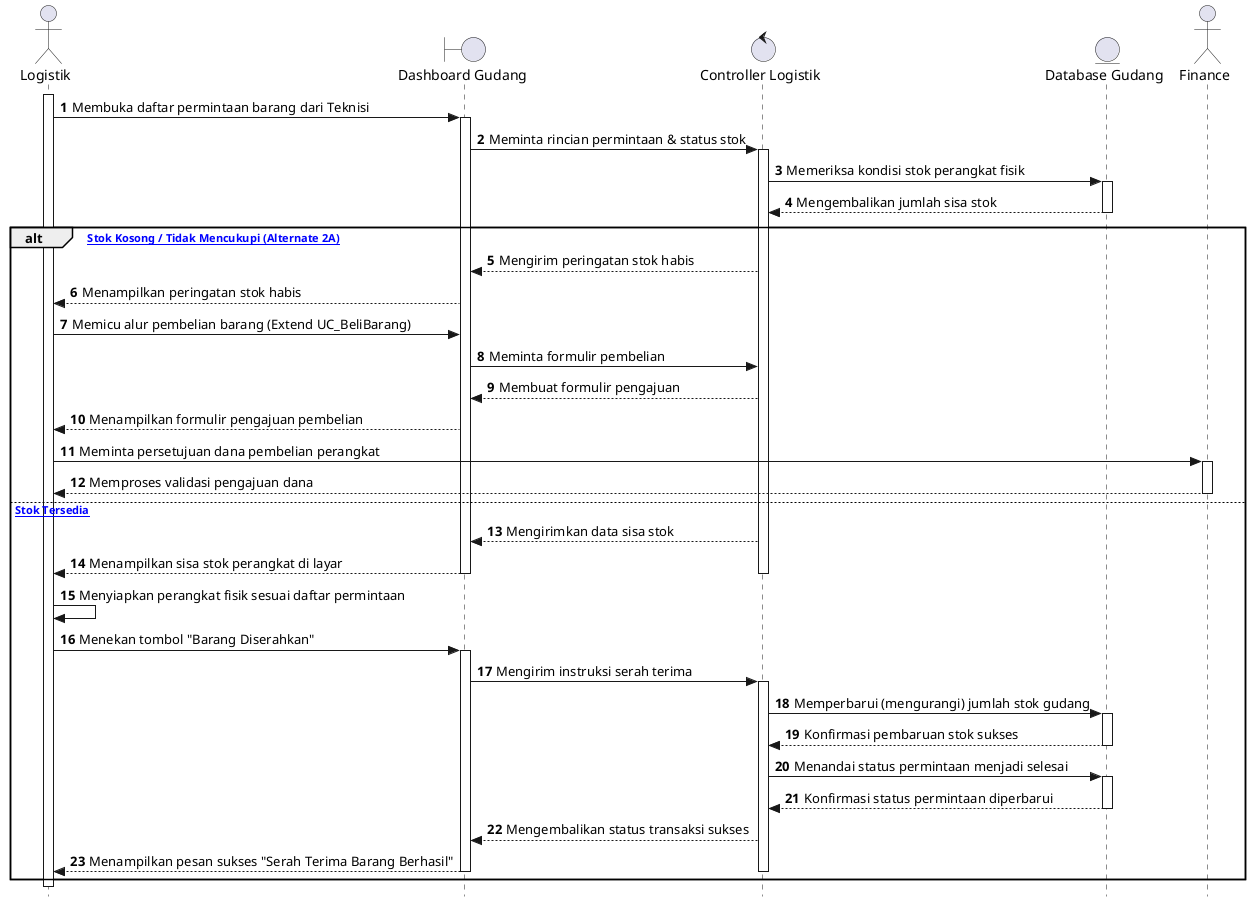
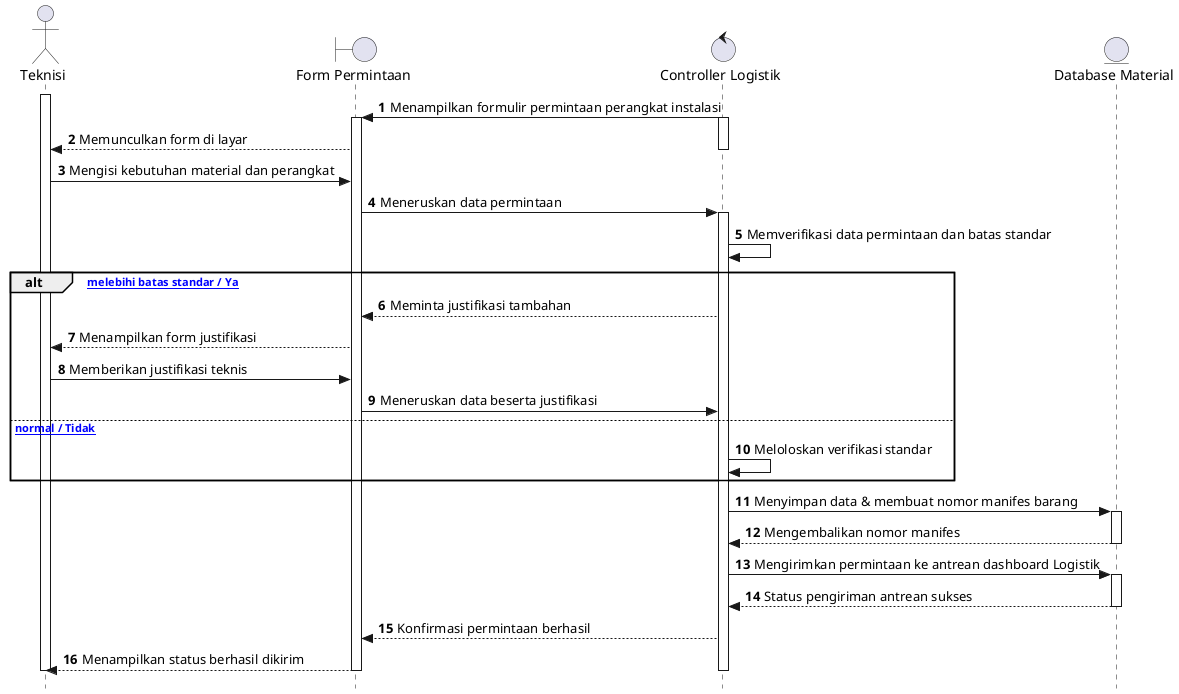
@startuml
autonumber
skinparam style strictuml

- actor Logistik
- boundary "Dashboard Gudang" as Form
+ actor Teknisi
+ boundary "Form Permintaan" as Form
control "Controller Logistik" as Ctrl
- entity "Database Gudang" as DB
- actor Finance
+ entity "Database Material" as DB

- activate Logistik
- Logistik -> Form: Membuka daftar permintaan barang dari Teknisi
+ activate Teknisi
+ Ctrl -> Form: Menampilkan formulir permintaan perangkat instalasi
+ activate Ctrl
activate Form
- Form -> Ctrl: Meminta rincian permintaan & status stok
+ Form --> Teknisi: Memunculkan form di layar
+ deactivate Ctrl
+ 
+ Teknisi -> Form: Mengisi kebutuhan material dan perangkat
+ Form -> Ctrl: Meneruskan data permintaan
activate Ctrl
- Ctrl -> DB: Memeriksa kondisi stok perangkat fisik
+ Ctrl -> Ctrl: Memverifikasi data permintaan dan batas standar
+ 
+ alt [Permintaan melebihi batas standar / Ya]
+     Ctrl --> Form: Meminta justifikasi tambahan
+     Form --> Teknisi: Menampilkan form justifikasi
+     Teknisi -> Form: Memberikan justifikasi teknis
+     Form -> Ctrl: Meneruskan data beserta justifikasi
+ else [Permintaan normal / Tidak]
+     Ctrl -> Ctrl: Meloloskan verifikasi standar
+ end
+ 
+ Ctrl -> DB: Menyimpan data & membuat nomor manifes barang
activate DB
- DB --> Ctrl: Mengembalikan jumlah sisa stok
+ DB --> Ctrl: Mengembalikan nomor manifes
deactivate DB

- alt [Kondisi Stok Kosong / Tidak Mencukupi (Alternate 2A)]
-     Ctrl --> Form: Mengirim peringatan stok habis
-     Form --> Logistik: Menampilkan peringatan stok habis
+ Ctrl -> DB: Mengirimkan permintaan ke antrean dashboard Logistik
+ activate DB
+ DB --> Ctrl: Status pengiriman antrean sukses
+ deactivate DB

-     Logistik -> Form: Memicu alur pembelian barang (Extend UC_BeliBarang)
-     Form -> Ctrl: Meminta formulir pembelian
-     Ctrl --> Form: Membuat formulir pengajuan
-     Form --> Logistik: Menampilkan formulir pengajuan pembelian
- 
-     Logistik -> Finance: Meminta persetujuan dana pembelian perangkat
-     activate Finance
-     Finance --> Logistik: Memproses validasi pengajuan dana
-     deactivate Finance
- else [Kondisi Stok Tersedia]
-     Ctrl --> Form: Mengirimkan data sisa stok
-     Form --> Logistik: Menampilkan sisa stok perangkat di layar
-     deactivate Ctrl
-     deactivate Form
- 
-     Logistik -> Logistik: Menyiapkan perangkat fisik sesuai daftar permintaan
- 
-     Logistik -> Form: Menekan tombol "Barang Diserahkan"
-     activate Form
-     Form -> Ctrl: Mengirim instruksi serah terima
-     activate Ctrl
-     Ctrl -> DB: Memperbarui (mengurangi) jumlah stok gudang
-     activate DB
-     DB --> Ctrl: Konfirmasi pembaruan stok sukses
-     deactivate DB
-     Ctrl -> DB: Menandai status permintaan menjadi selesai
-     activate DB
-     DB --> Ctrl: Konfirmasi status permintaan diperbarui
-     deactivate DB
-     Ctrl --> Form: Mengembalikan status transaksi sukses
-     Form --> Logistik: Menampilkan pesan sukses "Serah Terima Barang Berhasil"
-     deactivate Ctrl
-     deactivate Form
- end
- 
- deactivate Logistik
+ Ctrl --> Form: Konfirmasi permintaan berhasil
+ Form --> Teknisi: Menampilkan status berhasil dikirim
+ deactivate Ctrl
+ deactivate Form
+ deactivate Teknisi
@enduml